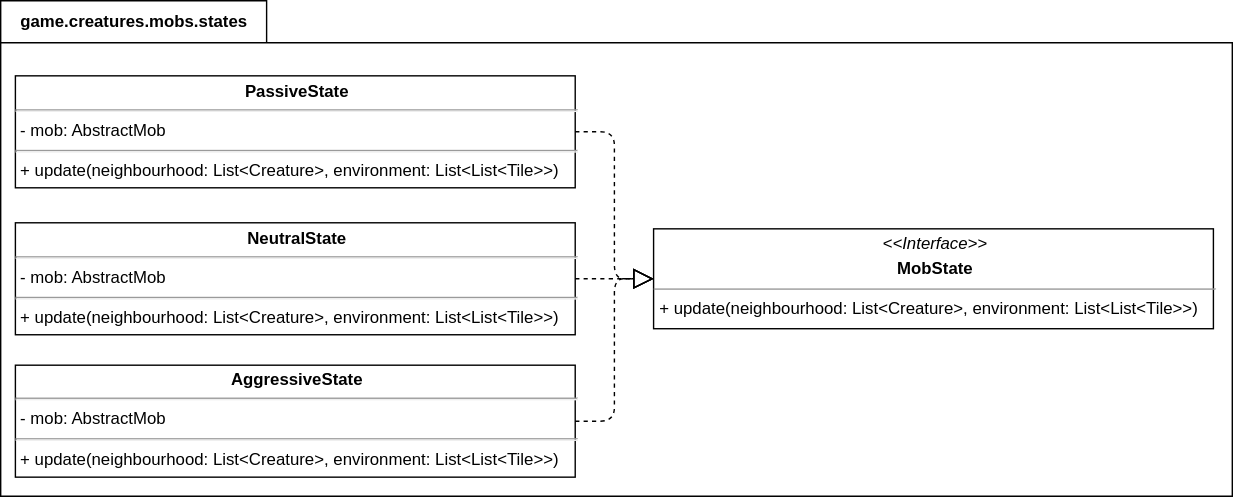
Earlier version of the draw.io export hw2/img/mob-states-classes.svg (rprtr258/program-architecture-homeworks). Source tidied: cells renumbered, new cells last; positions are measured from the earlier drawing's top-left corner, leaving out a move shared by most shapes. Source of this version:
```xml
<mxGraphModel>
  <root>
    <mxCell id="0" />
    <mxCell id="1" parent="0" />
    <mxCell id="2" value="game.creatures.mobs.states" style="shape=folder;fontStyle=1;tabWidth=190;tabHeight=30;tabPosition=left;html=1;boundedLbl=1;labelInHeader=1;" parent="1" vertex="1">
      <mxGeometry width="880" height="354" as="geometry" />
    </mxCell>
    <mxCell id="3" value="&lt;p style=&quot;margin: 0px ; margin-top: 4px ; text-align: center&quot;&gt;&lt;i&gt;&amp;lt;&amp;lt;Interface&amp;gt;&amp;gt;&lt;/i&gt;&lt;br&gt;&lt;/p&gt;&lt;p style=&quot;margin: 0px ; margin-top: 4px ; text-align: center&quot;&gt;&lt;b&gt;MobState&lt;/b&gt;&lt;/p&gt;&lt;hr size=&quot;1&quot;&gt;&lt;p style=&quot;margin: 0px ; margin-left: 4px&quot;&gt;+ update(neighbourhood: List&amp;lt;Creature&amp;gt;,&amp;nbsp;environment: List&amp;lt;List&amp;lt;Tile&amp;gt;&amp;gt;)&lt;/p&gt;" style="verticalAlign=top;align=left;overflow=fill;fontSize=12;fontFamily=Helvetica;html=1;" parent="1" vertex="1">
      <mxGeometry x="466.5" y="163" width="400" height="71.4" as="geometry" />
    </mxCell>
    <mxCell id="4" value="&lt;p style=&quot;margin: 0px ; margin-top: 4px ; text-align: center&quot;&gt;&lt;b&gt;PassiveState&lt;/b&gt;&lt;br&gt;&lt;/p&gt;&lt;hr&gt;&amp;nbsp;- mob: AbstractMob&lt;hr&gt;&amp;nbsp;+ update(neighbourhood: List&amp;lt;Creature&amp;gt;,&amp;nbsp;environment: List&amp;lt;List&amp;lt;Tile&amp;gt;&amp;gt;)" style="verticalAlign=top;align=left;overflow=fill;fontSize=12;fontFamily=Helvetica;html=1;" parent="1" vertex="1">
      <mxGeometry x="10.5" y="53.6" width="400" height="80" as="geometry" />
    </mxCell>
    <mxCell id="5" value="&lt;p style=&quot;margin: 0px ; margin-top: 4px ; text-align: center&quot;&gt;&lt;b&gt;Neutral&lt;/b&gt;&lt;b&gt;State&lt;/b&gt;&lt;br&gt;&lt;/p&gt;&lt;hr&gt;&amp;nbsp;- mob: AbstractMob&lt;hr&gt;&amp;nbsp;+ update(neighbourhood: List&amp;lt;Creature&amp;gt;,&amp;nbsp;environment: List&amp;lt;List&amp;lt;Tile&amp;gt;&amp;gt;)" style="verticalAlign=top;align=left;overflow=fill;fontSize=12;fontFamily=Helvetica;html=1;" parent="1" vertex="1">
      <mxGeometry x="10.5" y="158.6" width="400" height="80" as="geometry" />
    </mxCell>
    <mxCell id="6" value="&lt;p style=&quot;margin: 0px ; margin-top: 4px ; text-align: center&quot;&gt;&lt;b&gt;Aggressive&lt;/b&gt;&lt;b&gt;State&lt;/b&gt;&lt;br&gt;&lt;/p&gt;&lt;hr&gt;&amp;nbsp;- mob: AbstractMob&lt;hr&gt;&amp;nbsp;+ update(neighbourhood: List&amp;lt;Creature&amp;gt;,&amp;nbsp;environment: List&amp;lt;List&amp;lt;Tile&amp;gt;&amp;gt;)" style="verticalAlign=top;align=left;overflow=fill;fontSize=12;fontFamily=Helvetica;html=1;" parent="1" vertex="1">
      <mxGeometry x="10.5" y="260.4" width="400" height="80" as="geometry" />
    </mxCell>
    <mxCell id="7" style="endArrow=block;endFill=0;endSize=12;html=1;dashed=1;exitX=1;exitY=0.5;exitDx=0;exitDy=0;entryX=0;entryY=0.5;entryDx=0;entryDy=0;edgeStyle=orthogonalEdgeStyle;" parent="1" edge="1" source="6" target="3">
      <mxGeometry relative="1" as="geometry" />
    </mxCell>
    <mxCell id="8" style="endArrow=block;endFill=0;endSize=12;html=1;dashed=1;exitX=1;exitY=0.5;exitDx=0;exitDy=0;entryX=0;entryY=0.5;entryDx=0;entryDy=0;edgeStyle=orthogonalEdgeStyle;" parent="1" edge="1" source="5" target="3">
      <mxGeometry relative="1" as="geometry">
        <Array as="points">
          <mxPoint x="426.5" y="198.6" />
          <mxPoint x="426.5" y="198.6" />
        </Array>
      </mxGeometry>
    </mxCell>
    <mxCell id="9" style="endArrow=block;endFill=0;endSize=12;html=1;dashed=1;exitX=1;exitY=0.5;exitDx=0;exitDy=0;entryX=0;entryY=0.5;entryDx=0;entryDy=0;edgeStyle=orthogonalEdgeStyle;" parent="1" edge="1" source="4" target="3">
      <mxGeometry relative="1" as="geometry" />
    </mxCell>
  </root>
</mxGraphModel>
```
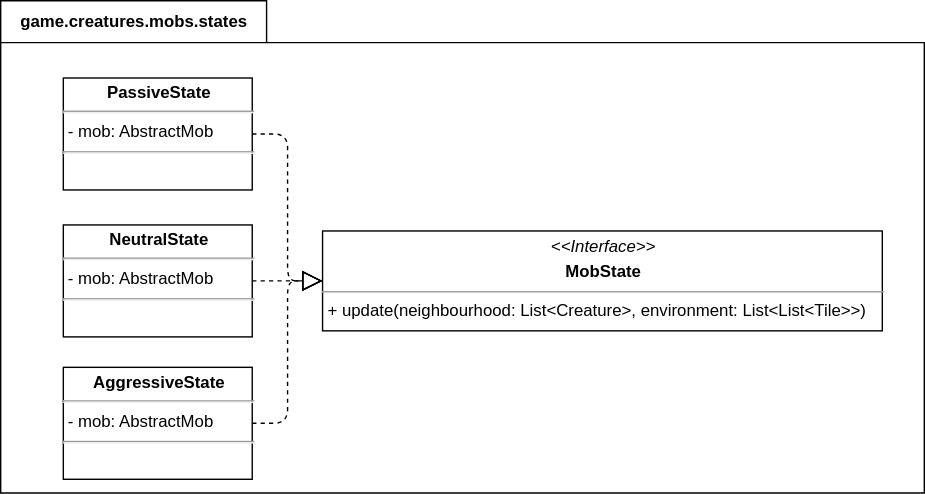
After the change.

What changed in the source:
```diff
@@ -3,30 +3,25 @@
     <mxCell id="0" />
     <mxCell id="1" parent="0" />
     <mxCell id="2" value="game.creatures.mobs.states" style="shape=folder;fontStyle=1;tabWidth=190;tabHeight=30;tabPosition=left;html=1;boundedLbl=1;labelInHeader=1;" parent="1" vertex="1">
-      <mxGeometry width="880" height="354" as="geometry" />
+      <mxGeometry x="-34.3" y="-1.6" width="660" height="351.8" as="geometry" />
     </mxCell>
     <mxCell id="3" value="&lt;p style=&quot;margin: 0px ; margin-top: 4px ; text-align: center&quot;&gt;&lt;i&gt;&amp;lt;&amp;lt;Interface&amp;gt;&amp;gt;&lt;/i&gt;&lt;br&gt;&lt;/p&gt;&lt;p style=&quot;margin: 0px ; margin-top: 4px ; text-align: center&quot;&gt;&lt;b&gt;MobState&lt;/b&gt;&lt;/p&gt;&lt;hr size=&quot;1&quot;&gt;&lt;p style=&quot;margin: 0px ; margin-left: 4px&quot;&gt;+ update(neighbourhood: List&amp;lt;Creature&amp;gt;,&amp;nbsp;environment: List&amp;lt;List&amp;lt;Tile&amp;gt;&amp;gt;)&lt;/p&gt;" style="verticalAlign=top;align=left;overflow=fill;fontSize=12;fontFamily=Helvetica;html=1;" parent="1" vertex="1">
-      <mxGeometry x="466.5" y="163" width="400" height="71.4" as="geometry" />
+      <mxGeometry x="195.7" y="163" width="400" height="71.4" as="geometry" />
     </mxCell>
-    <mxCell id="4" value="&lt;p style=&quot;margin: 0px ; margin-top: 4px ; text-align: center&quot;&gt;&lt;b&gt;PassiveState&lt;/b&gt;&lt;br&gt;&lt;/p&gt;&lt;hr&gt;&amp;nbsp;- mob: AbstractMob&lt;hr&gt;&amp;nbsp;+ update(neighbourhood: List&amp;lt;Creature&amp;gt;,&amp;nbsp;environment: List&amp;lt;List&amp;lt;Tile&amp;gt;&amp;gt;)" style="verticalAlign=top;align=left;overflow=fill;fontSize=12;fontFamily=Helvetica;html=1;" parent="1" vertex="1">
-      <mxGeometry x="10.5" y="53.6" width="400" height="80" as="geometry" />
+    <mxCell id="4" value="&lt;p style=&quot;margin: 0px ; margin-top: 4px ; text-align: center&quot;&gt;&lt;b&gt;PassiveState&lt;/b&gt;&lt;br&gt;&lt;/p&gt;&lt;hr&gt;&amp;nbsp;- mob: AbstractMob&lt;hr&gt;" style="verticalAlign=top;align=left;overflow=fill;fontSize=12;fontFamily=Helvetica;html=1;" parent="1" vertex="1">
+      <mxGeometry x="10.5" y="53.6" width="135" height="80" as="geometry" />
     </mxCell>
-    <mxCell id="5" value="&lt;p style=&quot;margin: 0px ; margin-top: 4px ; text-align: center&quot;&gt;&lt;b&gt;Neutral&lt;/b&gt;&lt;b&gt;State&lt;/b&gt;&lt;br&gt;&lt;/p&gt;&lt;hr&gt;&amp;nbsp;- mob: AbstractMob&lt;hr&gt;&amp;nbsp;+ update(neighbourhood: List&amp;lt;Creature&amp;gt;,&amp;nbsp;environment: List&amp;lt;List&amp;lt;Tile&amp;gt;&amp;gt;)" style="verticalAlign=top;align=left;overflow=fill;fontSize=12;fontFamily=Helvetica;html=1;" parent="1" vertex="1">
-      <mxGeometry x="10.5" y="158.6" width="400" height="80" as="geometry" />
+    <mxCell id="5" value="&lt;p style=&quot;margin: 0px ; margin-top: 4px ; text-align: center&quot;&gt;&lt;b&gt;Neutral&lt;/b&gt;&lt;b&gt;State&lt;/b&gt;&lt;br&gt;&lt;/p&gt;&lt;hr&gt;&amp;nbsp;- mob: AbstractMob&lt;hr&gt;" style="verticalAlign=top;align=left;overflow=fill;fontSize=12;fontFamily=Helvetica;html=1;" parent="1" vertex="1">
+      <mxGeometry x="10.5" y="158.6" width="135" height="80" as="geometry" />
     </mxCell>
-    <mxCell id="6" value="&lt;p style=&quot;margin: 0px ; margin-top: 4px ; text-align: center&quot;&gt;&lt;b&gt;Aggressive&lt;/b&gt;&lt;b&gt;State&lt;/b&gt;&lt;br&gt;&lt;/p&gt;&lt;hr&gt;&amp;nbsp;- mob: AbstractMob&lt;hr&gt;&amp;nbsp;+ update(neighbourhood: List&amp;lt;Creature&amp;gt;,&amp;nbsp;environment: List&amp;lt;List&amp;lt;Tile&amp;gt;&amp;gt;)" style="verticalAlign=top;align=left;overflow=fill;fontSize=12;fontFamily=Helvetica;html=1;" parent="1" vertex="1">
-      <mxGeometry x="10.5" y="260.4" width="400" height="80" as="geometry" />
+    <mxCell id="6" value="&lt;p style=&quot;margin: 0px ; margin-top: 4px ; text-align: center&quot;&gt;&lt;b&gt;Aggressive&lt;/b&gt;&lt;b&gt;State&lt;/b&gt;&lt;br&gt;&lt;/p&gt;&lt;hr&gt;&amp;nbsp;- mob: AbstractMob&lt;hr&gt;" style="verticalAlign=top;align=left;overflow=fill;fontSize=12;fontFamily=Helvetica;html=1;" parent="1" vertex="1">
+      <mxGeometry x="10.5" y="260.4" width="135" height="80" as="geometry" />
     </mxCell>
     <mxCell id="7" style="endArrow=block;endFill=0;endSize=12;html=1;dashed=1;exitX=1;exitY=0.5;exitDx=0;exitDy=0;entryX=0;entryY=0.5;entryDx=0;entryDy=0;edgeStyle=orthogonalEdgeStyle;" parent="1" edge="1" source="6" target="3">
       <mxGeometry relative="1" as="geometry" />
     </mxCell>
-    <mxCell id="8" style="endArrow=block;endFill=0;endSize=12;html=1;dashed=1;exitX=1;exitY=0.5;exitDx=0;exitDy=0;entryX=0;entryY=0.5;entryDx=0;entryDy=0;edgeStyle=orthogonalEdgeStyle;" parent="1" edge="1" source="5" target="3">
-      <mxGeometry relative="1" as="geometry">
-        <Array as="points">
-          <mxPoint x="426.5" y="198.6" />
-          <mxPoint x="426.5" y="198.6" />
-        </Array>
-      </mxGeometry>
+    <mxCell id="8" style="endArrow=block;endFill=0;endSize=12;html=1;dashed=1;exitX=1;exitY=0.5;exitDx=0;exitDy=0;edgeStyle=orthogonalEdgeStyle;entryX=0;entryY=0.5;entryDx=0;entryDy=0;" parent="1" edge="1" source="5" target="3">
+      <mxGeometry relative="1" as="geometry" />
     </mxCell>
     <mxCell id="9" style="endArrow=block;endFill=0;endSize=12;html=1;dashed=1;exitX=1;exitY=0.5;exitDx=0;exitDy=0;entryX=0;entryY=0.5;entryDx=0;entryDy=0;edgeStyle=orthogonalEdgeStyle;" parent="1" edge="1" source="4" target="3">
       <mxGeometry relative="1" as="geometry" />
```
